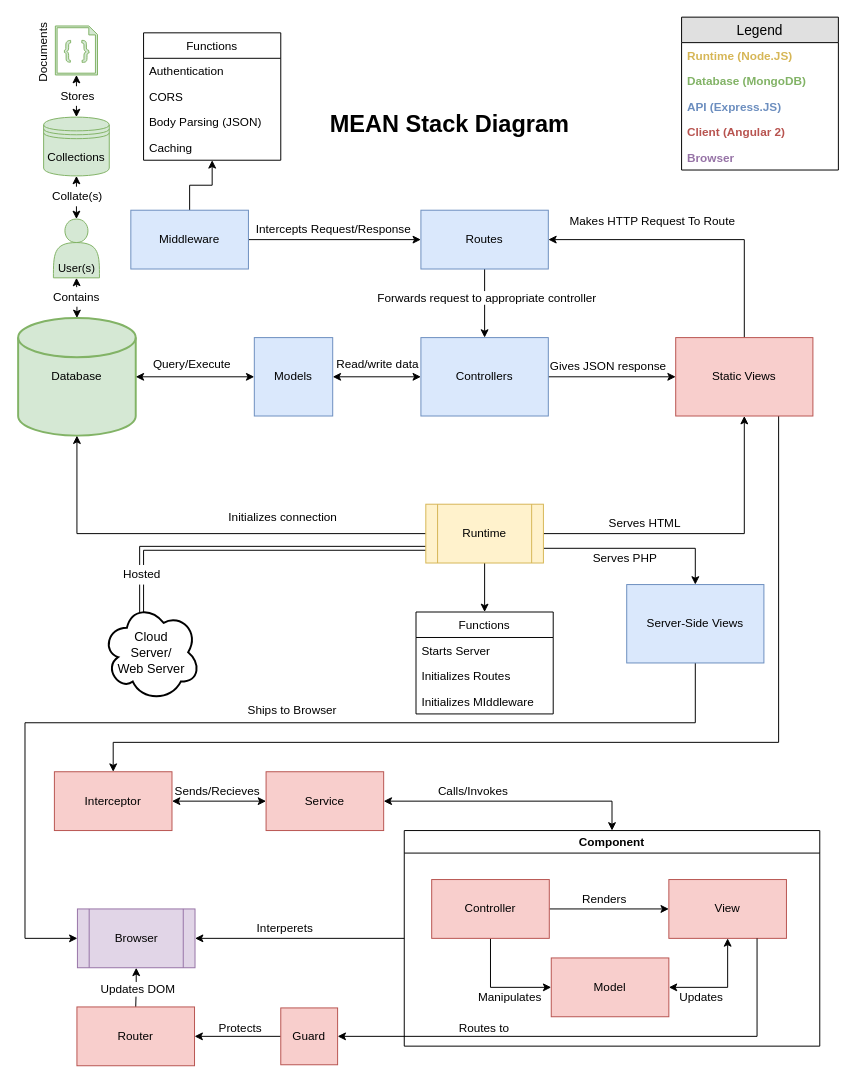
Earlier version of the draw.io diagram misc/MEAN-Stack.drawio (bag33188/PokeROM). Source tidied: cells renumbered, new cells numbered last; positions are measured from the earlier drawing's top-left corner, leaving out a move shared by most shapes. Both pictures are drawn from the tidied source at 98%, with x=0, y=0 at pixel (18, 17).
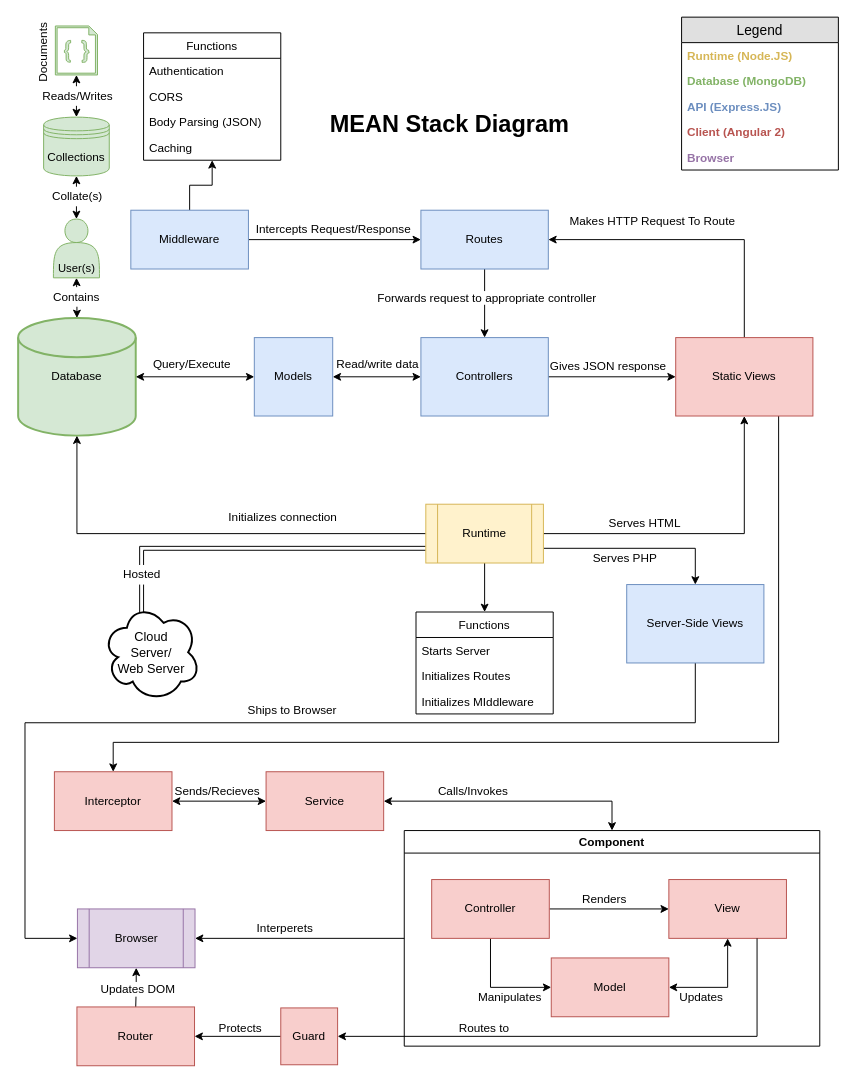
The same diagram, later.

Diff of the diagram source:
```diff
@@
-    <mxCell id="88" value="Stores" style="text;html=1;strokeColor=none;fillColor=#ffffff;align=center;verticalAlign=middle;whiteSpace=wrap;rounded=0;" parent="1" vertex="1">
+    <mxCell id="88" value="Reads/Writes" style="text;html=1;strokeColor=none;fillColor=#ffffff;align=center;verticalAlign=middle;whiteSpace=wrap;rounded=0;" parent="1" vertex="1">
       <mxGeometry x="41" y="70.5" width="40" height="20" as="geometry" />
     </mxCell>
```
